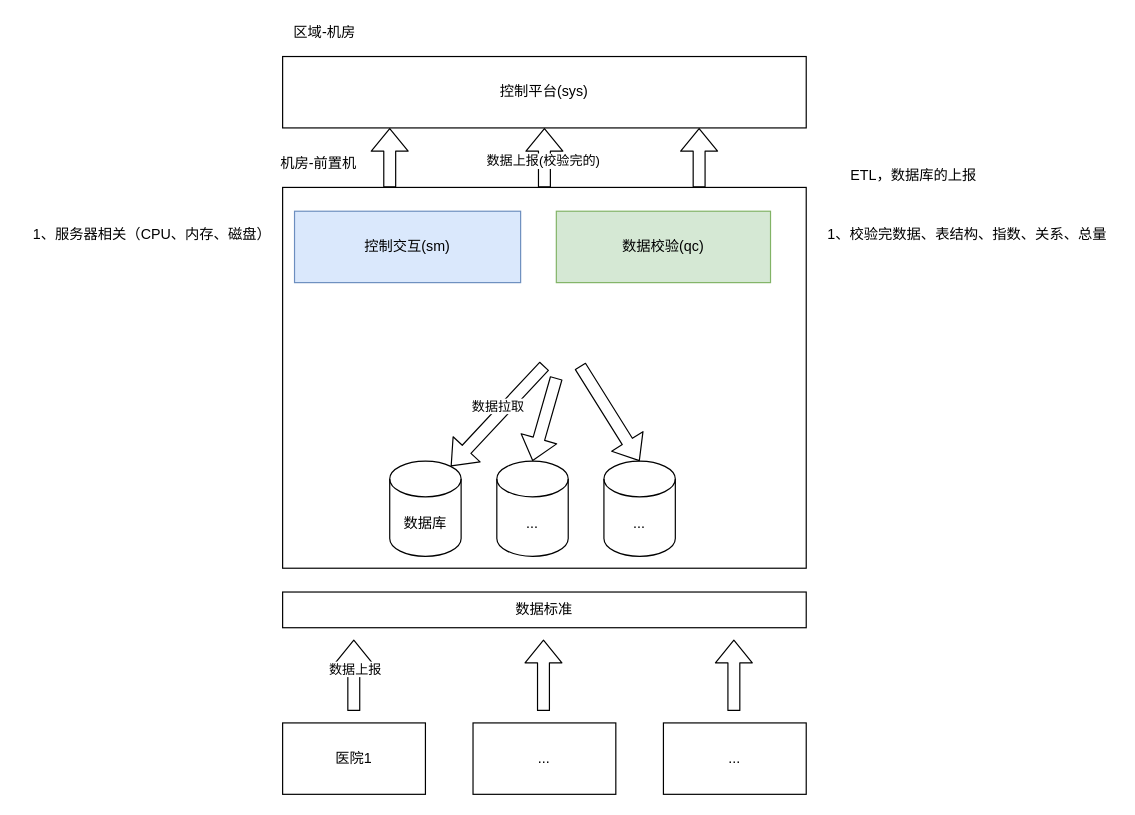
The draw.io diagram rongda-dep/rongda-dep.drawio in cherishsince/diagrams.net, before the edit. Source tidied: cells renumbered, new cells numbered last; positions are measured from the earlier drawing's top-left corner, leaving out a move shared by most shapes. Both pictures are drawn from the tidied source at 119%, with x=0, y=0 at pixel (20, 20).
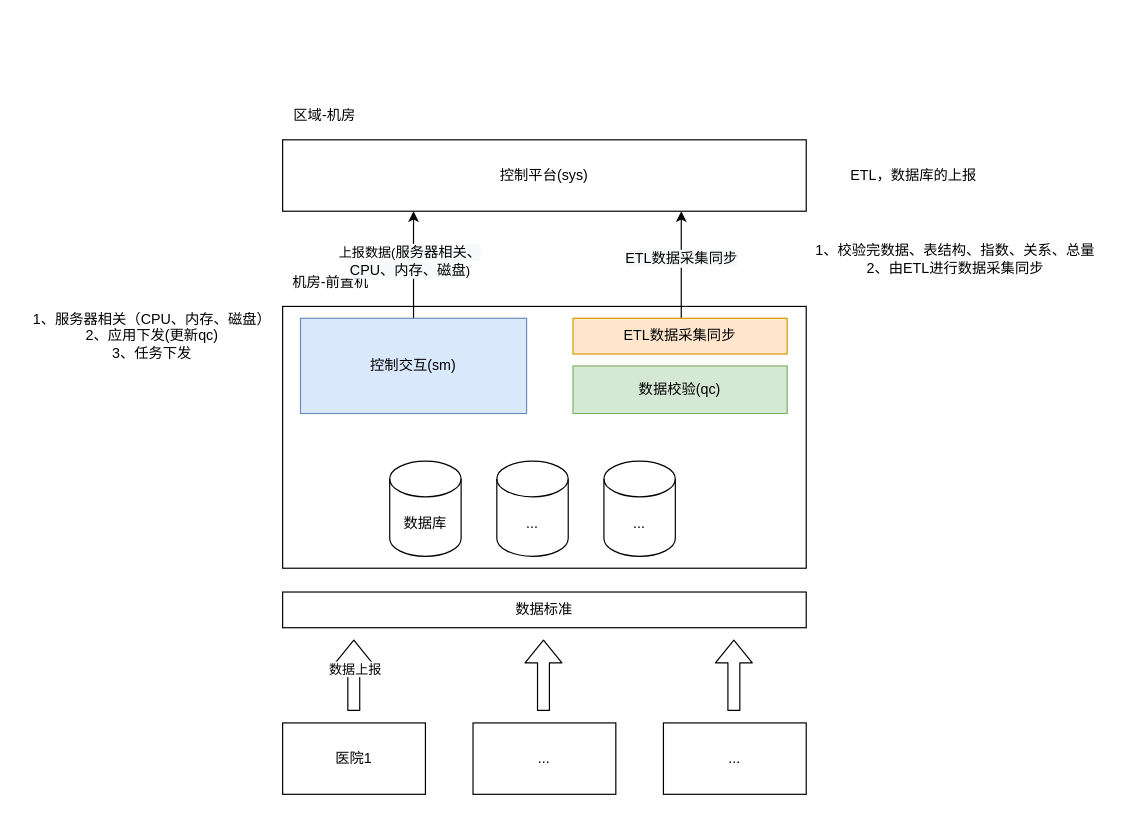
The same page after the edit.

Unchanged cells that the change refers to:
```xml
<mxCell id="9" value="数据库" style="shape=cylinder3;whiteSpace=wrap;html=1;boundedLbl=1;backgroundOutline=1;size=15;" parent="1" vertex="1">
  <mxGeometry x="310" y="370" width="60" height="80" as="geometry" />
</mxCell>
<mxCell id="10" value="..." style="shape=cylinder3;whiteSpace=wrap;html=1;boundedLbl=1;backgroundOutline=1;size=15;" parent="1" vertex="1">
  <mxGeometry x="400" y="370" width="60" height="80" as="geometry" />
</mxCell>
<mxCell id="11" value="..." style="shape=cylinder3;whiteSpace=wrap;html=1;boundedLbl=1;backgroundOutline=1;size=15;" parent="1" vertex="1">
  <mxGeometry x="490" y="370" width="60" height="80" as="geometry" />
</mxCell>
```

Change to the diagram source:
```diff
@@
     <mxCell id="2" style="rounded=0;whiteSpace=wrap;html=1;" parent="1" vertex="1">
-      <mxGeometry x="220" y="140" width="440" height="320" as="geometry" />
+      <mxGeometry x="220" y="240" width="440" height="220" as="geometry" />
     </mxCell>
+    <mxCell id="30" style="edgeStyle=orthogonalEdgeStyle;rounded=0;orthogonalLoop=1;jettySize=auto;html=1;exitX=0.5;exitY=0;exitDx=0;exitDy=0;entryX=0.75;entryY=1;entryDx=0;entryDy=0;" parent="1" edge="1">
+      <mxGeometry relative="1" as="geometry">
+        <mxPoint x="559" y="270" as="sourcePoint" />
+        <mxPoint x="555" y="160" as="targetPoint" />
+        <Array as="points">
+          <mxPoint x="555" y="270" />
+        </Array>
+      </mxGeometry>
+    </mxCell>
+    <mxCell id="31" value="&lt;span style=&quot;font-size: 12px ; background-color: rgb(248 , 249 , 250)&quot;&gt;ETL数据采集同步&lt;/span&gt;" style="edgeLabel;html=1;align=center;verticalAlign=middle;" parent="30" vertex="1">
+      <mxGeometry x="0.31" y="1" relative="1" as="geometry" />
+    </mxCell>
-    <mxCell id="3" value="数据校验(qc)" style="rounded=0;whiteSpace=wrap;html=1;fillColor=#d5e8d4;strokeColor=#82b366;" parent="1" vertex="1">
-      <mxGeometry x="450" y="160" width="180" height="60" as="geometry" />
+    <mxCell id="3" value="ETL数据采集同步" style="rounded=0;whiteSpace=wrap;html=1;fillColor=#ffe6cc;strokeColor=#d79b00;" parent="1" vertex="1">
+      <mxGeometry x="464" y="250" width="180" height="30" as="geometry" />
     </mxCell>
@@
     <mxCell id="7" value="机房-前置机" style="text;html=1;align=center;verticalAlign=middle;" parent="1" vertex="1">
-      <mxGeometry x="210" y="110" width="80" height="20" as="geometry" />
+      <mxGeometry x="220" y="210" width="80" height="20" as="geometry" />
     </mxCell>
@@
+    <mxCell id="32" style="edgeStyle=orthogonalEdgeStyle;rounded=0;jettySize=auto;html=1;entryX=0.25;entryY=1;entryDx=0;entryDy=0;" parent="1" edge="1" source="12" target="21">
+      <mxGeometry relative="1" as="geometry" />
+    </mxCell>
+    <mxCell id="33" value="上报数据(&lt;span style=&quot;font-size: 12px ; background-color: rgb(248 , 249 , 250)&quot;&gt;服务器相关、&lt;br&gt;CPU、内存、磁盘&lt;/span&gt;)" style="edgeLabel;html=1;align=center;verticalAlign=middle;" parent="32" vertex="1">
+      <mxGeometry x="0.09" y="4" relative="1" as="geometry" />
+    </mxCell>
     <mxCell id="12" value="控制交互(sm)" style="rounded=0;whiteSpace=wrap;html=1;fillColor=#dae8fc;strokeColor=#6c8ebf;" parent="1" vertex="1">
-      <mxGeometry x="230" y="160" width="190" height="60" as="geometry" />
+      <mxGeometry x="235" y="250" width="190" height="80" as="geometry" />
     </mxCell>
@@
-    <mxCell id="17" style="shape=flexArrow;endArrow=classic;html=1;entryX=0.855;entryY=0;entryDx=0;entryDy=4.35;entryPerimeter=0;" parent="1" edge="1" target="9">
-      <mxGeometry relative="1" as="geometry">
-        <mxPoint x="440" y="290" as="sourcePoint" />
-      </mxGeometry>
-    </mxCell>
-    <mxCell id="18" value="数据拉取" style="edgeLabel;html=1;align=center;verticalAlign=middle;" parent="17" vertex="1">
-      <mxGeometry x="-0.11" y="-5" relative="1" as="geometry">
-        <mxPoint x="-1" as="offset" />
-      </mxGeometry>
-    </mxCell>
-    <mxCell id="19" style="shape=flexArrow;endArrow=classic;html=1;entryX=0.5;entryY=0;entryDx=0;entryDy=0;entryPerimeter=0;" parent="1" edge="1" target="10">
-      <mxGeometry relative="1" as="geometry">
-        <mxPoint x="450" y="300" as="sourcePoint" />
-      </mxGeometry>
-    </mxCell>
-    <mxCell id="20" style="shape=flexArrow;endArrow=classic;html=1;entryX=0.5;entryY=0;entryDx=0;entryDy=0;entryPerimeter=0;" parent="1" edge="1" target="11">
-      <mxGeometry relative="1" as="geometry">
-        <mxPoint x="470" y="290" as="sourcePoint" />
-      </mxGeometry>
-    </mxCell>
     <mxCell id="21" value="&lt;span&gt;控制平台(sys)&lt;/span&gt;" style="rounded=0;whiteSpace=wrap;html=1;" parent="1" vertex="1">
-      <mxGeometry x="220" y="30" width="440" height="60" as="geometry" />
+      <mxGeometry x="220" y="100" width="440" height="60" as="geometry" />
     </mxCell>
-    <mxCell id="22" style="shape=flexArrow;endArrow=classic;html=1;entryX=0.5;entryY=1;entryDx=0;entryDy=0;" parent="1" edge="1" source="2" target="21">
-      <mxGeometry relative="1" as="geometry" />
-    </mxCell>
-    <mxCell id="23" value="数据上报(校验完的)" style="edgeLabel;html=1;align=center;verticalAlign=middle;" parent="22" vertex="1">
-      <mxGeometry x="-0.09" y="2" relative="1" as="geometry" />
-    </mxCell>
-    <mxCell id="24" style="shape=flexArrow;endArrow=classic;html=1;entryX=0.5;entryY=1;entryDx=0;entryDy=0;" parent="1" edge="1">
-      <mxGeometry relative="1" as="geometry">
-        <mxPoint x="570" y="140" as="sourcePoint" />
-        <mxPoint x="570" y="90" as="targetPoint" />
-      </mxGeometry>
-    </mxCell>
-    <mxCell id="25" style="shape=flexArrow;endArrow=classic;html=1;entryX=0.5;entryY=1;entryDx=0;entryDy=0;" parent="1" edge="1">
-      <mxGeometry relative="1" as="geometry">
-        <mxPoint x="310" y="140" as="sourcePoint" />
-        <mxPoint x="310" y="90" as="targetPoint" />
-      </mxGeometry>
-    </mxCell>
@@
-    <mxCell id="27" value="1、校验完数据、表结构、指数、关系、总量" style="text;html=1;align=center;verticalAlign=middle;" parent="1" vertex="1">
-      <mxGeometry x="670" y="170" width="250" height="20" as="geometry" />
+    <mxCell id="27" value="1、校验完数据、表结构、指数、关系、总量&lt;br&gt;2、由ETL进行数据采集同步" style="text;html=1;align=center;verticalAlign=middle;" parent="1" vertex="1">
+      <mxGeometry x="660" y="185" width="250" height="30" as="geometry" />
     </mxCell>
-    <mxCell id="28" value="1、服务器相关（CPU、内存、磁盘）" style="text;html=1;align=center;verticalAlign=middle;" parent="1" vertex="1">
-      <mxGeometry y="170" width="220" height="20" as="geometry" />
+    <mxCell id="28" value="1、服务器相关（CPU、内存、磁盘）&lt;br&gt;2、应用下发(更新qc)&lt;br&gt;3、任务下发" style="text;html=1;align=center;verticalAlign=middle;" parent="1" vertex="1">
+      <mxGeometry y="240" width="220" height="50" as="geometry" />
     </mxCell>
     <mxCell id="29" value="区域-机房" style="text;html=1;align=center;verticalAlign=middle;" parent="1" vertex="1">
-      <mxGeometry x="220" width="70" height="20" as="geometry" />
+      <mxGeometry x="220" y="70" width="70" height="20" as="geometry" />
     </mxCell>
+    <mxCell id="34" value="数据校验(qc)" style="rounded=0;whiteSpace=wrap;html=1;fillColor=#d5e8d4;strokeColor=#82b366;" parent="1" vertex="1">
+      <mxGeometry x="464" y="290" width="180" height="40" as="geometry" />
+    </mxCell>
```
